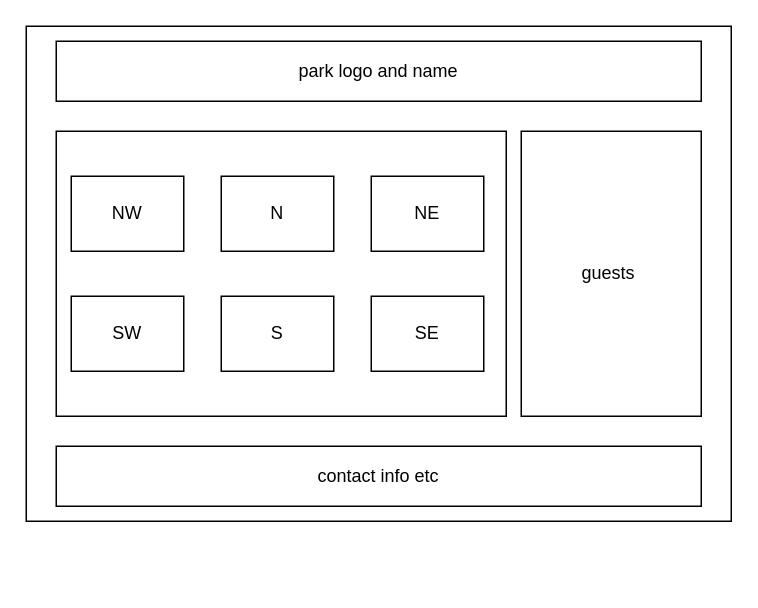
Before: wireframe.drawio in nss-day-cohort-75/Cider-Falls-client-sosdke, a draw.io diagram. Source tidied: cells renumbered, new cells numbered last; positions are measured from the earlier drawing's top-left corner, leaving out a move shared by most shapes. Both pictures are drawn from the tidied source at 150%, with x=0, y=0 at pixel (26, 26).
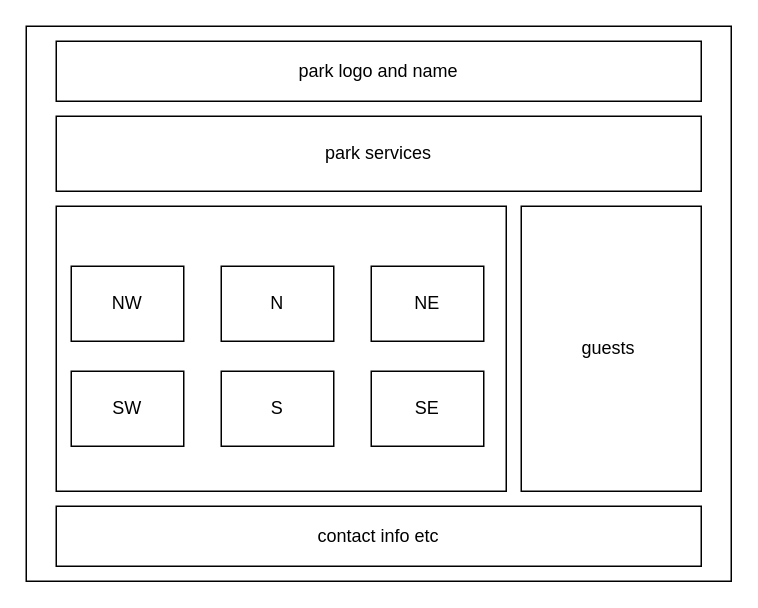
Above is the later version.

Change to the diagram source:
```diff
@@
 <mxGraphModel>
   <root>
     <mxCell id="0" />
     <mxCell id="1" parent="0" />
     <mxCell id="2" style="rounded=0;whiteSpace=wrap;html=1;" parent="1" vertex="1">
-      <mxGeometry width="470" height="330" as="geometry" />
+      <mxGeometry width="470" height="370" as="geometry" />
     </mxCell>
     <mxCell id="3" style="rounded=0;whiteSpace=wrap;html=1;" parent="1" vertex="1">
-      <mxGeometry x="20" y="70" width="300" height="190" as="geometry" />
+      <mxGeometry x="20" y="120" width="300" height="190" as="geometry" />
     </mxCell>
     <mxCell id="4" value="park logo and name" style="rounded=0;whiteSpace=wrap;html=1;" parent="1" vertex="1">
       <mxGeometry x="20" y="10" width="430" height="40" as="geometry" />
     </mxCell>
     <mxCell id="5" value="NE" style="rounded=0;whiteSpace=wrap;html=1;" parent="1" vertex="1">
-      <mxGeometry x="230" y="100" width="75" height="50" as="geometry" />
+      <mxGeometry x="230" y="160" width="75" height="50" as="geometry" />
     </mxCell>
     <mxCell id="6" value="guests&amp;nbsp;" style="rounded=0;whiteSpace=wrap;html=1;" parent="1" vertex="1">
-      <mxGeometry x="330" y="70" width="120" height="190" as="geometry" />
+      <mxGeometry x="330" y="120" width="120" height="190" as="geometry" />
     </mxCell>
     <mxCell id="7" value="N" style="rounded=0;whiteSpace=wrap;html=1;" parent="1" vertex="1">
-      <mxGeometry x="130" y="100" width="75" height="50" as="geometry" />
+      <mxGeometry x="130" y="160" width="75" height="50" as="geometry" />
     </mxCell>
     <mxCell id="8" value="NW" style="rounded=0;whiteSpace=wrap;html=1;" parent="1" vertex="1">
-      <mxGeometry x="30" y="100" width="75" height="50" as="geometry" />
+      <mxGeometry x="30" y="160" width="75" height="50" as="geometry" />
     </mxCell>
     <mxCell id="9" value="SE" style="rounded=0;whiteSpace=wrap;html=1;" parent="1" vertex="1">
-      <mxGeometry x="230" y="180" width="75" height="50" as="geometry" />
+      <mxGeometry x="230" y="230" width="75" height="50" as="geometry" />
     </mxCell>
     <mxCell id="10" value="S" style="rounded=0;whiteSpace=wrap;html=1;" parent="1" vertex="1">
-      <mxGeometry x="130" y="180" width="75" height="50" as="geometry" />
+      <mxGeometry x="130" y="230" width="75" height="50" as="geometry" />
     </mxCell>
     <mxCell id="11" value="SW" style="rounded=0;whiteSpace=wrap;html=1;" parent="1" vertex="1">
-      <mxGeometry x="30" y="180" width="75" height="50" as="geometry" />
+      <mxGeometry x="30" y="230" width="75" height="50" as="geometry" />
     </mxCell>
     <mxCell id="12" value="contact info etc" style="rounded=0;whiteSpace=wrap;html=1;" parent="1" vertex="1">
-      <mxGeometry x="20" y="280" width="430" height="40" as="geometry" />
+      <mxGeometry x="20" y="320" width="430" height="40" as="geometry" />
     </mxCell>
+    <mxCell id="13" value="park services" style="rounded=0;whiteSpace=wrap;html=1;" parent="1" vertex="1">
+      <mxGeometry x="20" y="60" width="430" height="50" as="geometry" />
+    </mxCell>
   </root>
 </mxGraphModel>
```
